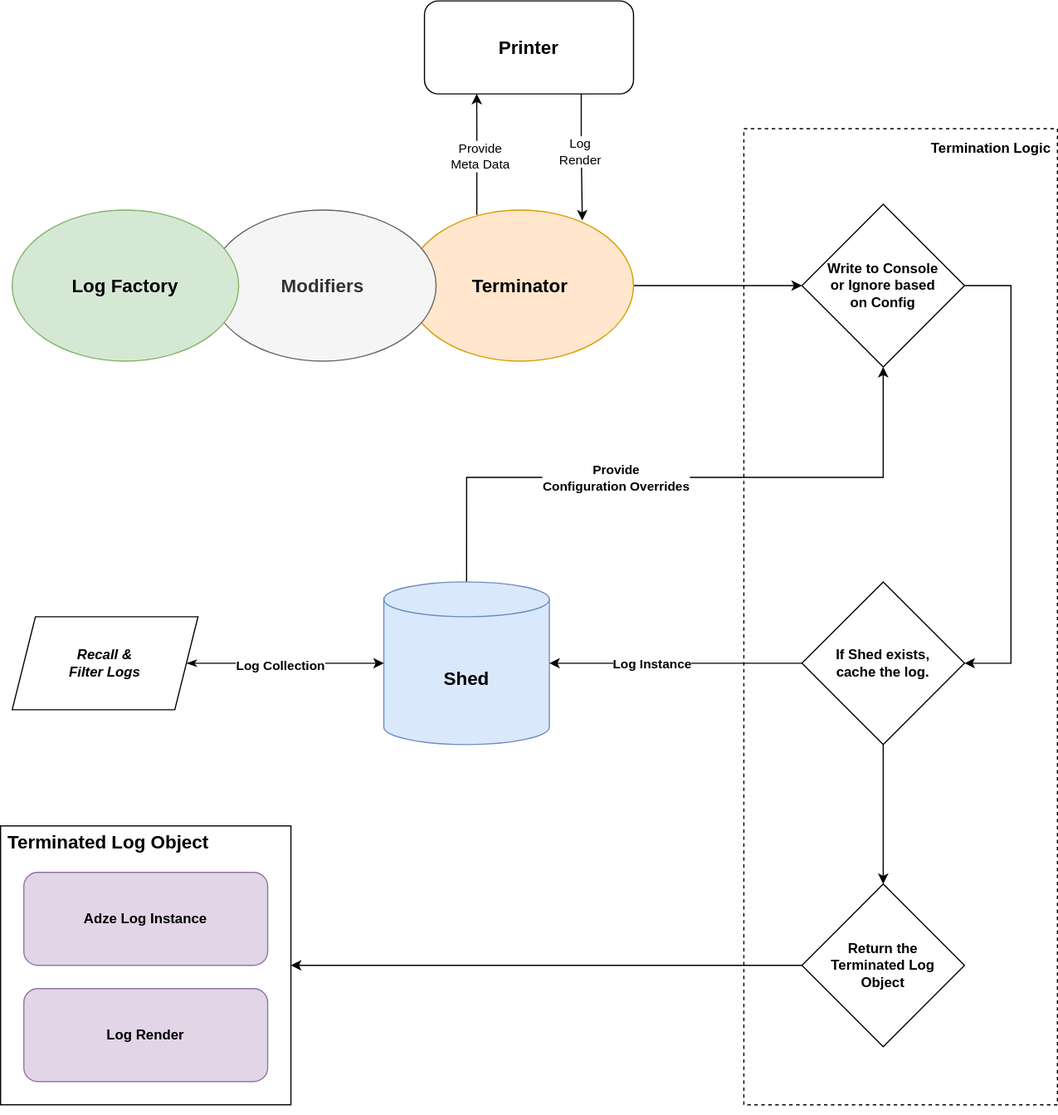
adzejs/adze keeps this draw.io diagram as docs/assets/basic-architecture.svg. Above is the earlier version. Source tidied: cells renumbered, new cells last; positions are measured from the earlier drawing's top-left corner, leaving out a move shared by most shapes.
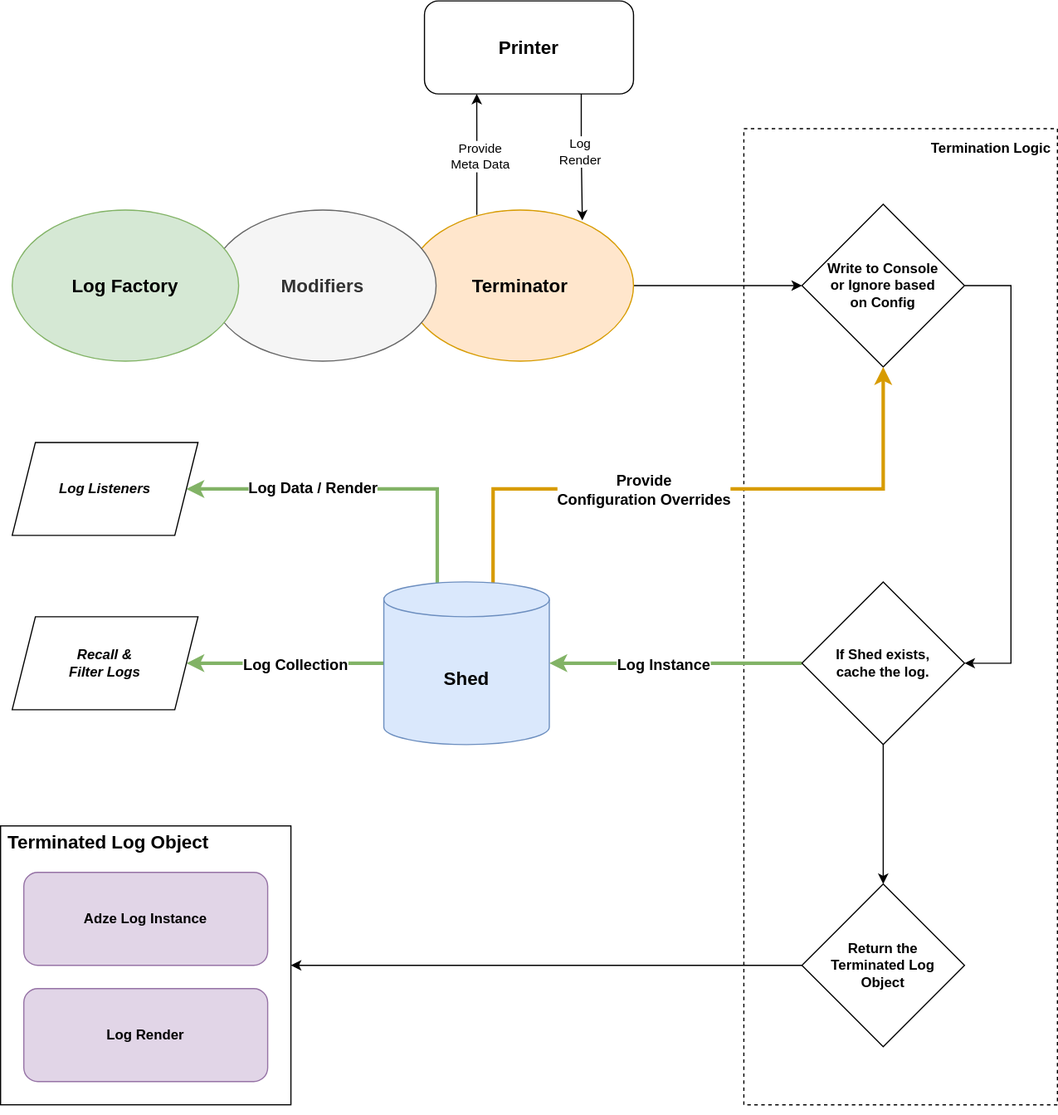
The same diagram one commit later.

Diff of the diagram source:
```diff
@@ -31,31 +31,51 @@
     <mxCell id="9" value="&lt;div&gt;&lt;b&gt;Write to Console&lt;/b&gt;&lt;/div&gt;&lt;div&gt;&lt;b&gt; or Ignore based&lt;/b&gt;&lt;/div&gt;&lt;div&gt;&lt;b&gt;on Config&lt;br&gt;&lt;/b&gt;&lt;/div&gt;" style="rhombus;whiteSpace=wrap;html=1;" parent="1" vertex="1">
       <mxGeometry x="690" y="175" width="140" height="140" as="geometry" />
     </mxCell>
-    <mxCell id="10" style="edgeStyle=orthogonalEdgeStyle;rounded=0;jettySize=auto;html=1;exitX=0.5;exitY=0;exitDx=0;exitDy=0;exitPerimeter=0;startArrow=none;startFill=0;entryX=0.5;entryY=1;entryDx=0;entryDy=0;" parent="1" edge="1" source="12" target="9">
+    <mxCell id="10" style="edgeStyle=orthogonalEdgeStyle;rounded=0;jettySize=auto;html=1;exitX=0.66;exitY=0.007;exitDx=0;exitDy=0;exitPerimeter=0;startArrow=none;startFill=0;entryX=0.5;entryY=1;entryDx=0;entryDy=0;fillColor=#ffe6cc;strokeColor=#d79b00;strokeWidth=3;" parent="1" edge="1" source="12" target="9">
       <mxGeometry relative="1" as="geometry">
         <Array as="points">
-          <mxPoint x="401" y="410" />
-          <mxPoint x="760" y="410" />
+          <mxPoint x="424" y="420" />
+          <mxPoint x="760" y="420" />
         </Array>
       </mxGeometry>
     </mxCell>
-    <mxCell id="11" value="&lt;div&gt;&lt;b&gt;Provide&lt;/b&gt;&lt;/div&gt;&lt;div&gt;&lt;b&gt;Configuration Overrides&lt;br&gt;&lt;/b&gt;&lt;/div&gt;" style="edgeLabel;html=1;align=center;verticalAlign=middle;" parent="10" vertex="1">
+    <mxCell id="11" value="&lt;div style=&quot;font-size: 13px&quot;&gt;&lt;b&gt;&lt;font style=&quot;font-size: 13px&quot;&gt;Provide&lt;/font&gt;&lt;/b&gt;&lt;/div&gt;&lt;div style=&quot;font-size: 13px&quot;&gt;&lt;b&gt;&lt;font style=&quot;font-size: 13px&quot;&gt;Configuration Overrides&lt;/font&gt;&lt;br&gt;&lt;/b&gt;&lt;/div&gt;" style="edgeLabel;html=1;align=center;verticalAlign=middle;" parent="10" vertex="1">
       <mxGeometry x="-0.26" y="3" relative="1" as="geometry">
         <mxPoint x="16.7" y="3" as="offset" />
       </mxGeometry>
     </mxCell>
+    <mxCell id="31" style="edgeStyle=orthogonalEdgeStyle;rounded=0;jettySize=auto;html=1;exitX=0;exitY=0.5;exitDx=0;exitDy=0;exitPerimeter=0;entryX=1;entryY=0.5;entryDx=0;entryDy=0;startArrow=none;startFill=0;fillColor=#d5e8d4;strokeColor=#82b366;strokeWidth=3;" parent="1" edge="1" source="12" target="20">
+      <mxGeometry relative="1" as="geometry" />
+    </mxCell>
+    <mxCell id="19" value="&lt;b&gt;&lt;font style=&quot;font-size: 13px&quot;&gt;Log Collection&lt;/font&gt;&lt;/b&gt;" style="edgeLabel;html=1;align=center;verticalAlign=middle;" parent="31" vertex="1">
+      <mxGeometry x="0.09" relative="1" as="geometry">
+        <mxPoint x="15.9" as="offset" />
+      </mxGeometry>
+    </mxCell>
+    <mxCell id="32" style="edgeStyle=orthogonalEdgeStyle;rounded=0;jettySize=auto;html=1;exitX=0.323;exitY=0.007;exitDx=0;exitDy=0;exitPerimeter=0;entryX=1;entryY=0.5;entryDx=0;entryDy=0;startArrow=none;startFill=0;fillColor=#d5e8d4;strokeColor=#82b366;strokeWidth=3;" parent="1" edge="1" source="12" target="34">
+      <mxGeometry relative="1" as="geometry">
+        <Array as="points">
+          <mxPoint x="376" y="420" />
+        </Array>
+      </mxGeometry>
+    </mxCell>
+    <mxCell id="33" value="&lt;b&gt;&lt;font style=&quot;font-size: 13px&quot;&gt;Log Data / Render&lt;/font&gt;&lt;/b&gt;" style="edgeLabel;html=1;align=center;verticalAlign=middle;" parent="32" vertex="1">
+      <mxGeometry x="0.23" y="-2" relative="1" as="geometry">
+        <mxPoint x="-5.8" as="offset" />
+      </mxGeometry>
+    </mxCell>
     <mxCell id="12" value="&lt;font style=&quot;font-size: 16px&quot;&gt;&lt;b&gt;Shed&lt;/b&gt;&lt;/font&gt;" style="shape=cylinder3;whiteSpace=wrap;html=1;boundedLbl=1;backgroundOutline=1;size=15;fillColor=#dae8fc;strokeColor=#6c8ebf;" parent="1" vertex="1">
       <mxGeometry x="330" y="500" width="142.5" height="140" as="geometry" />
     </mxCell>
     <mxCell id="13" style="edgeStyle=orthogonalEdgeStyle;rounded=0;jettySize=auto;html=1;exitX=0.5;exitY=1;exitDx=0;exitDy=0;entryX=0.5;entryY=0;entryDx=0;entryDy=0;" parent="1" edge="1" source="16" target="17">
       <mxGeometry relative="1" as="geometry" />
     </mxCell>
-    <mxCell id="14" style="edgeStyle=orthogonalEdgeStyle;rounded=0;jettySize=auto;html=1;exitX=0;exitY=0.5;exitDx=0;exitDy=0;entryX=1;entryY=0.5;entryDx=0;entryDy=0;entryPerimeter=0;" parent="1" edge="1" source="16" target="12">
+    <mxCell id="14" style="edgeStyle=orthogonalEdgeStyle;rounded=0;jettySize=auto;html=1;exitX=0;exitY=0.5;exitDx=0;exitDy=0;entryX=1;entryY=0.5;entryDx=0;entryDy=0;entryPerimeter=0;fillColor=#d5e8d4;strokeColor=#82b366;strokeWidth=3;" parent="1" edge="1" source="16" target="12">
       <mxGeometry relative="1" as="geometry" />
     </mxCell>
-    <mxCell id="15" value="&lt;b&gt;Log Instance&lt;/b&gt;" style="edgeLabel;html=1;align=center;verticalAlign=middle;" parent="14" vertex="1">
+    <mxCell id="15" value="&lt;b&gt;&lt;font style=&quot;font-size: 13px&quot;&gt;Log Instance&lt;/font&gt;&lt;/b&gt;" style="edgeLabel;html=1;align=center;verticalAlign=middle;" parent="14" vertex="1">
       <mxGeometry x="-0.11" y="1" relative="1" as="geometry">
-        <mxPoint x="-33" y="-1" as="offset" />
+        <mxPoint x="-23" y="-1" as="offset" />
       </mxGeometry>
     </mxCell>
     <mxCell id="16" value="&lt;div&gt;&lt;b&gt;If Shed exists,&lt;/b&gt;&lt;/div&gt;&lt;div&gt;&lt;b&gt;cache the log.&lt;br&gt;&lt;/b&gt;&lt;/div&gt;" style="rhombus;whiteSpace=wrap;html=1;" parent="1" vertex="1">
@@ -64,12 +84,6 @@
     <mxCell id="17" value="&lt;div&gt;&lt;b&gt;Return the &lt;br&gt;&lt;/b&gt;&lt;/div&gt;&lt;div&gt;&lt;b&gt;Terminated Log&lt;/b&gt;&lt;/div&gt;&lt;div&gt;&lt;b&gt;Object&lt;br&gt;&lt;/b&gt;&lt;/div&gt;" style="rhombus;whiteSpace=wrap;html=1;" parent="1" vertex="1">
       <mxGeometry x="690" y="760" width="140" height="140" as="geometry" />
     </mxCell>
-    <mxCell id="18" style="edgeStyle=orthogonalEdgeStyle;rounded=0;jettySize=auto;html=1;exitX=1;exitY=0.5;exitDx=0;exitDy=0;entryX=0;entryY=0.5;entryDx=0;entryDy=0;entryPerimeter=0;startArrow=classicThin;startFill=1;" parent="1" edge="1" source="20" target="12">
-      <mxGeometry relative="1" as="geometry" />
-    </mxCell>
-    <mxCell id="19" value="&lt;b&gt;Log Collection&lt;/b&gt;" style="edgeLabel;html=1;align=center;verticalAlign=middle;" parent="18" vertex="1">
-      <mxGeometry x="-0.06" y="-1" relative="1" as="geometry" />
-    </mxCell>
     <mxCell id="20" value="&lt;div&gt;&lt;b&gt;&lt;i&gt;Recall &amp;amp;&lt;/i&gt;&lt;/b&gt;&lt;/div&gt;&lt;div&gt;&lt;b&gt;&lt;i&gt;Filter Logs&lt;br&gt;&lt;/i&gt;&lt;/b&gt;&lt;/div&gt;" style="shape=parallelogram;perimeter=parallelogramPerimeter;whiteSpace=wrap;html=1;fixedSize=1;" parent="1" vertex="1">
       <mxGeometry x="10" y="530" width="160" height="80" as="geometry" />
     </mxCell>
@@ -105,5 +119,8 @@
     <mxCell id="30" style="edgeStyle=orthogonalEdgeStyle;rounded=0;orthogonalLoop=1;jettySize=auto;html=1;exitX=0.5;exitY=1;exitDx=0;exitDy=0;startArrow=none;startFill=0;" parent="1" edge="1" source="2" target="2">
       <mxGeometry relative="1" as="geometry" />
     </mxCell>
+    <mxCell id="34" value="&lt;b&gt;&lt;i&gt;Log Listeners&lt;/i&gt;&lt;/b&gt;" style="shape=parallelogram;perimeter=parallelogramPerimeter;whiteSpace=wrap;html=1;fixedSize=1;" parent="1" vertex="1">
+      <mxGeometry x="10" y="380" width="160" height="80" as="geometry" />
+    </mxCell>
   </root>
 </mxGraphModel>
```
